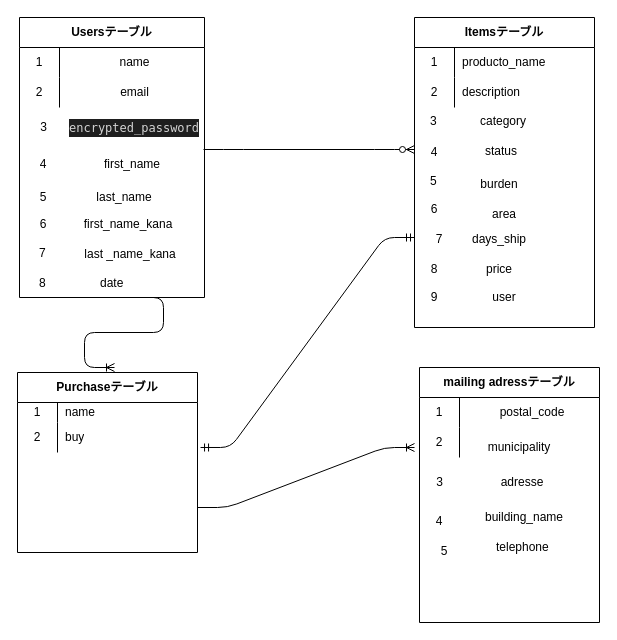
takashi-Q/furima-34867 keeps this draw.io diagram as er.dio. Above is the earlier version. Source tidied: cells renumbered, new cells numbered last; positions are measured from the earlier drawing's top-left corner, leaving out a move shared by most shapes. Both pictures are drawn from the tidied source at 100%, with x=0, y=0 at pixel (17, 17).
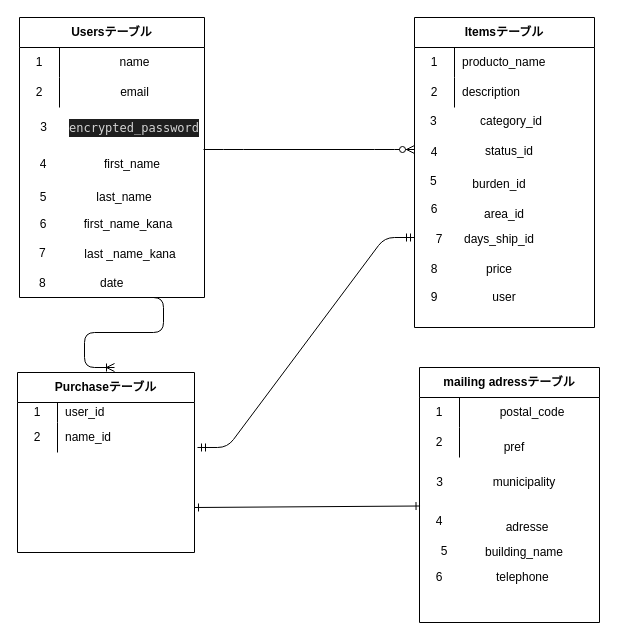
Above is the later version.

Unchanged cells that the change refers to:
```xml
<mxCell id="55" value="4" style="text;strokeColor=none;fillColor=none;spacingLeft=4;spacingRight=4;overflow=hidden;points=[[0,0.5],[1,0.5]];portConstraint=eastwest;fontSize=12;align=center;" parent="1" vertex="1">
  <mxGeometry x="402" y="490" width="40" height="30" as="geometry" />
</mxCell>
```

Diff of the diagram source:
```diff
@@
     <mxCell id="32" value="Purchaseテーブル" style="shape=table;html=1;whiteSpace=wrap;startSize=30;childLayout=tableLayout;rowLines=0;fontStyle=1;align=center;" parent="1" vertex="1">
-      <mxGeometry y="355" width="180" height="180" as="geometry" />
+      <mxGeometry y="355" width="177" height="180" as="geometry" />
     </mxCell>
     <mxCell id="33" style="shape=partialRectangle;html=1;whiteSpace=wrap;fillColor=none;top=0;left=0;bottom=0;right=0;" parent="32" vertex="1">
-      <mxGeometry y="30" width="180" height="20" as="geometry" />
+      <mxGeometry y="30" width="177" height="20" as="geometry" />
     </mxCell>
@@
-    <mxCell id="35" value="name" style="shape=partialRectangle;html=1;whiteSpace=wrap;fillColor=none;top=0;left=0;bottom=0;right=0;align=left;spacingLeft=6;overflow=hidden;" parent="33" vertex="1">
-      <mxGeometry x="40" width="140" height="20" as="geometry" />
+    <mxCell id="35" value="user_id" style="shape=partialRectangle;html=1;whiteSpace=wrap;fillColor=none;top=0;left=0;bottom=0;right=0;align=left;spacingLeft=6;overflow=hidden;" parent="33" vertex="1">
+      <mxGeometry x="40" width="137" height="20" as="geometry" />
     </mxCell>
     <mxCell id="36" style="shape=partialRectangle;html=1;whiteSpace=wrap;fillColor=none;top=0;left=0;bottom=0;right=0;points=[[0,0.5],[1,0.5]];portConstraint=eastwest;" parent="32" vertex="1">
-      <mxGeometry y="50" width="180" height="30" as="geometry" />
+      <mxGeometry y="50" width="177" height="30" as="geometry" />
     </mxCell>
@@
-    <mxCell id="38" value="buy" style="shape=partialRectangle;html=1;whiteSpace=wrap;fillColor=none;top=0;left=0;bottom=0;right=0;align=left;spacingLeft=6;overflow=hidden;" parent="36" vertex="1">
-      <mxGeometry x="40" width="140" height="30" as="geometry" />
+    <mxCell id="38" value="name_id" style="shape=partialRectangle;html=1;whiteSpace=wrap;fillColor=none;top=0;left=0;bottom=0;right=0;align=left;spacingLeft=6;overflow=hidden;" parent="36" vertex="1">
+      <mxGeometry x="40" width="137" height="30" as="geometry" />
     </mxCell>
@@
-    <mxCell id="46" value="category" style="text;strokeColor=none;fillColor=none;spacingLeft=4;spacingRight=4;overflow=hidden;fontSize=12;" parent="1" vertex="1">
-      <mxGeometry x="457" y="90" width="60" height="30" as="geometry" />
+    <mxCell id="46" value="category_id" style="text;strokeColor=none;fillColor=none;spacingLeft=4;spacingRight=4;overflow=hidden;fontSize=12;" parent="1" vertex="1">
+      <mxGeometry x="457" y="90" width="80" height="30" as="geometry" />
     </mxCell>
@@
-    <mxCell id="49" value="status" style="text;strokeColor=none;fillColor=none;spacingLeft=4;spacingRight=4;overflow=hidden;fontSize=12;" parent="1" vertex="1">
-      <mxGeometry x="462" y="120" width="50" height="30" as="geometry" />
+    <mxCell id="49" value="status_id" style="text;strokeColor=none;fillColor=none;spacingLeft=4;spacingRight=4;overflow=hidden;fontSize=12;" parent="1" vertex="1">
+      <mxGeometry x="462" y="120" width="65" height="30" as="geometry" />
     </mxCell>
@@
     <mxCell id="54" value="municipality" style="text;html=1;strokeColor=none;fillColor=none;align=center;verticalAlign=middle;whiteSpace=wrap;rounded=0;" parent="1" vertex="1">
-      <mxGeometry x="482" y="420" width="40" height="20" as="geometry" />
+      <mxGeometry x="487" y="455" width="40" height="20" as="geometry" />
     </mxCell>
@@
     <mxCell id="57" value="adresse" style="shape=partialRectangle;html=1;whiteSpace=wrap;fillColor=none;top=0;left=0;bottom=0;right=0;align=center;spacingLeft=6;overflow=hidden;" parent="1" vertex="1">
-      <mxGeometry x="432" y="450" width="140" height="30" as="geometry" />
+      <mxGeometry x="437" y="495" width="140" height="30" as="geometry" />
     </mxCell>
     <mxCell id="58" value="building_name" style="text;html=1;strokeColor=none;fillColor=none;align=center;verticalAlign=middle;whiteSpace=wrap;rounded=0;" parent="1" vertex="1">
-      <mxGeometry x="467" y="490" width="80" height="20" as="geometry" />
+      <mxGeometry x="467" y="525" width="80" height="20" as="geometry" />
     </mxCell>
     <mxCell id="59" value="telephone&amp;nbsp;" style="text;html=1;strokeColor=none;fillColor=none;align=center;verticalAlign=middle;whiteSpace=wrap;rounded=0;" parent="1" vertex="1">
-      <mxGeometry x="442" y="520" width="130" height="20" as="geometry" />
+      <mxGeometry x="442" y="550" width="130" height="20" as="geometry" />
     </mxCell>
@@
-    <mxCell id="61" style="edgeStyle=entityRelationEdgeStyle;fontSize=12;html=1;endArrow=ERoneToMany;exitX=1;exitY=0.75;exitDx=0;exitDy=0;" parent="1" edge="1" source="32">
-      <mxGeometry relative="1" as="geometry">
-        <mxPoint x="397" y="430" as="targetPoint" />
-      </mxGeometry>
-    </mxCell>
-    <mxCell id="62" value="area" style="text;html=1;strokeColor=none;fillColor=none;align=center;verticalAlign=middle;whiteSpace=wrap;rounded=0;" parent="1" vertex="1">
+    <mxCell id="62" value="area_id" style="text;html=1;strokeColor=none;fillColor=none;align=center;verticalAlign=middle;whiteSpace=wrap;rounded=0;" parent="1" vertex="1">
       <mxGeometry x="467" y="187" width="40" height="20" as="geometry" />
     </mxCell>
-    <mxCell id="63" value="burden" style="text;html=1;strokeColor=none;fillColor=none;align=center;verticalAlign=middle;whiteSpace=wrap;rounded=0;" parent="1" vertex="1">
+    <mxCell id="63" value="burden_id" style="text;html=1;strokeColor=none;fillColor=none;align=center;verticalAlign=middle;whiteSpace=wrap;rounded=0;" parent="1" vertex="1">
       <mxGeometry x="462" y="157" width="40" height="20" as="geometry" />
     </mxCell>
-    <mxCell id="64" value="days_ship" style="text;html=1;strokeColor=none;fillColor=none;align=center;verticalAlign=middle;whiteSpace=wrap;rounded=0;" parent="1" vertex="1">
+    <mxCell id="64" value="days_ship_id" style="text;html=1;strokeColor=none;fillColor=none;align=center;verticalAlign=middle;whiteSpace=wrap;rounded=0;" parent="1" vertex="1">
       <mxGeometry x="462" y="212" width="40" height="20" as="geometry" />
     </mxCell>
@@
+    <mxCell id="68" style="endArrow=ERone;html=1;exitX=1;exitY=0.75;exitDx=0;exitDy=0;entryX=0.013;entryY=-0.05;entryDx=0;entryDy=0;entryPerimeter=0;startArrow=ERone;startFill=0;endFill=0;" parent="1" edge="1" source="32" target="55">
+      <mxGeometry relative="1" as="geometry" />
+    </mxCell>
+    <mxCell id="69" value="pref" style="text;html=1;strokeColor=none;fillColor=none;align=center;verticalAlign=middle;whiteSpace=wrap;rounded=0;" parent="1" vertex="1">
+      <mxGeometry x="477" y="420" width="40" height="20" as="geometry" />
+    </mxCell>
+    <mxCell id="70" value="6" style="text;html=1;strokeColor=none;fillColor=none;align=center;verticalAlign=middle;whiteSpace=wrap;rounded=0;" parent="1" vertex="1">
+      <mxGeometry x="402" y="550" width="40" height="20" as="geometry" />
+    </mxCell>
```
